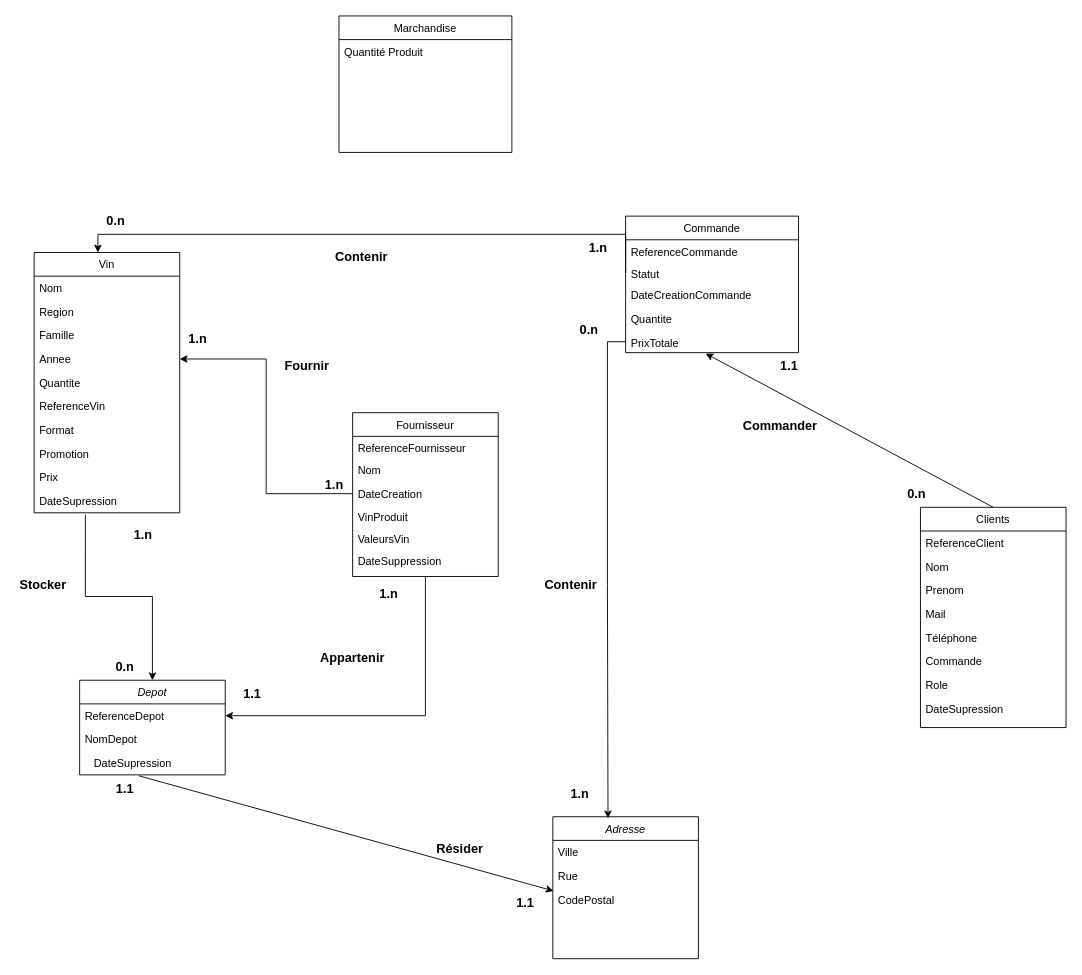
TorayLaTortue/Projet-vin keeps this draw.io diagram as projet-vin-mcd.drawio. Above is the earlier version. Source tidied: cells renumbered, new cells numbered last; positions are measured from the earlier drawing's top-left corner, leaving out a move shared by most shapes. Both pictures are drawn from the tidied source at 91%, with x=0, y=0 at pixel (15, 15).
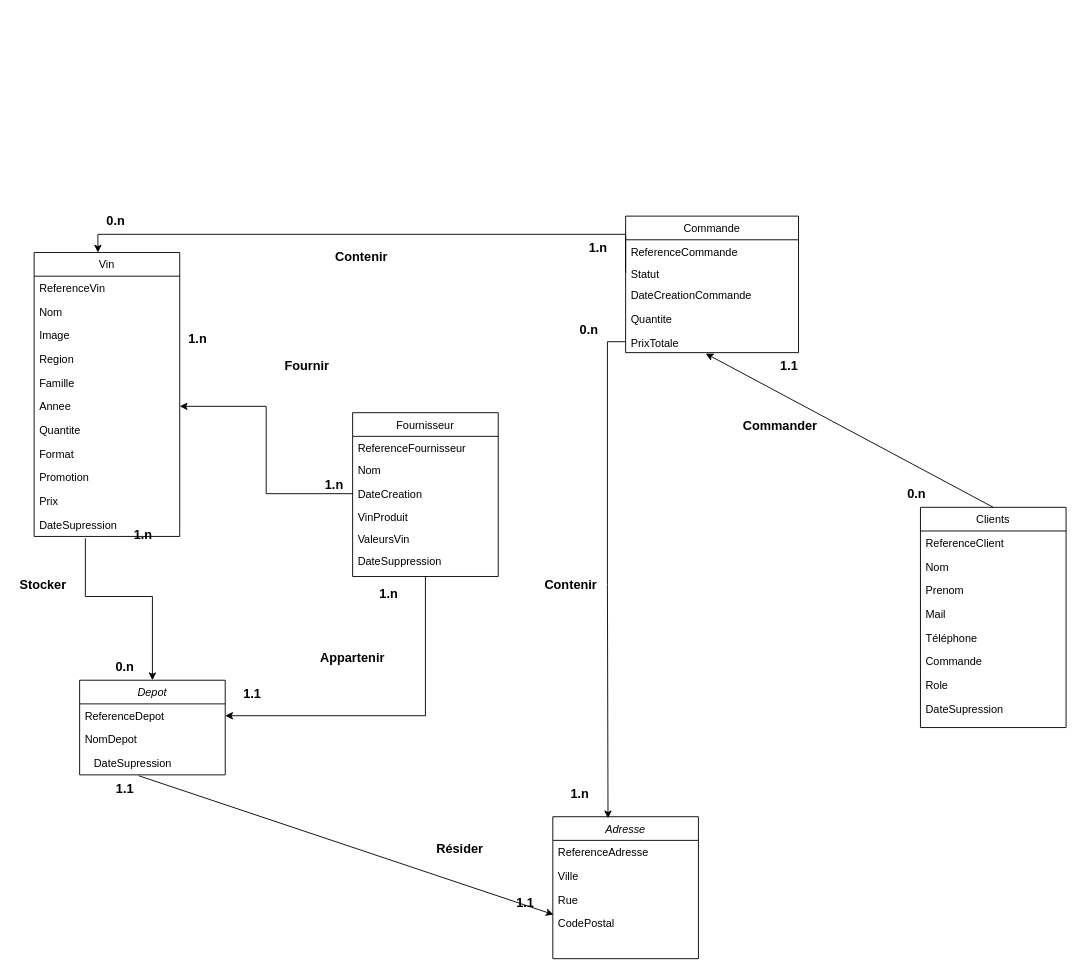
The same page after the edit.

Commit message:
Mettre à jour projet-vin-mcd.drawio

Unchanged cells that the change refers to:
```xml
<mxCell id="2" value="Adresse" style="swimlane;fontStyle=2;align=center;verticalAlign=top;horizontal=1;startSize=26;rounded=0;shadow=0;strokeWidth=1;" parent="1" vertex="1">
  <mxGeometry x="590" y="880" width="160" height="156" as="geometry" />
</mxCell>
```

The edit, as a diff of the source:
```diff
@@
+    <mxCell id="73" value="ReferenceAdresse" style="text;align=left;verticalAlign=top;spacingLeft=4;spacingRight=4;overflow=hidden;rounded=0;shadow=0;html=0;" parent="2" vertex="1">
+      <mxGeometry y="26" width="160" height="26" as="geometry" />
+    </mxCell>
     <mxCell id="3" value="Ville" style="text;align=left;verticalAlign=top;spacingLeft=4;spacingRight=4;overflow=hidden;" parent="2" vertex="1">
-      <mxGeometry y="26" width="160" height="26" as="geometry" />
+      <mxGeometry y="52" width="160" height="26" as="geometry" />
     </mxCell>
     <mxCell id="4" value="Rue" style="text;align=left;verticalAlign=top;spacingLeft=4;spacingRight=4;overflow=hidden;rounded=0;shadow=0;html=0;" parent="2" vertex="1">
-      <mxGeometry y="52" width="160" height="26" as="geometry" />
+      <mxGeometry y="78" width="160" height="26" as="geometry" />
     </mxCell>
     <mxCell id="5" value="CodePostal" style="text;align=left;verticalAlign=top;spacingLeft=4;spacingRight=4;overflow=hidden;points=[[0,0.5],[1,0.5]];portConstraint=eastwest;rounded=0;shadow=0;html=0;" parent="2" vertex="1">
-      <mxGeometry y="78" width="160" height="26" as="geometry" />
+      <mxGeometry y="104" width="160" height="26" as="geometry" />
     </mxCell>
     <mxCell id="6" value="Vin" style="swimlane;fontStyle=0;align=center;verticalAlign=top;horizontal=1;startSize=26;rounded=0;shadow=0;strokeWidth=1;" parent="1" vertex="1">
-      <mxGeometry x="20" y="260" width="160" height="286" as="geometry" />
+      <mxGeometry x="20" y="260" width="160" height="312" as="geometry" />
     </mxCell>
+    <mxCell id="12" value="ReferenceVin" style="text;align=left;verticalAlign=top;spacingLeft=4;spacingRight=4;overflow=hidden;" parent="6" vertex="1">
+      <mxGeometry y="26" width="160" height="26" as="geometry" />
+    </mxCell>
     <mxCell id="7" value="Nom " style="text;align=left;verticalAlign=top;spacingLeft=4;spacingRight=4;overflow=hidden;" parent="6" vertex="1">
-      <mxGeometry y="26" width="160" height="26" as="geometry" />
+      <mxGeometry y="52" width="160" height="26" as="geometry" />
     </mxCell>
+    <mxCell id="74" value="Image" style="text;align=left;verticalAlign=top;spacingLeft=4;spacingRight=4;overflow=hidden;" parent="6" vertex="1">
+      <mxGeometry y="78" width="160" height="26" as="geometry" />
+    </mxCell>
     <mxCell id="8" value="Region" style="text;align=left;verticalAlign=top;spacingLeft=4;spacingRight=4;overflow=hidden;rounded=0;shadow=0;html=0;" parent="6" vertex="1">
-      <mxGeometry y="52" width="160" height="26" as="geometry" />
+      <mxGeometry y="104" width="160" height="26" as="geometry" />
     </mxCell>
     <mxCell id="9" value="Famille" style="text;align=left;verticalAlign=top;spacingLeft=4;spacingRight=4;overflow=hidden;rounded=0;shadow=0;html=0;" parent="6" vertex="1">
-      <mxGeometry y="78" width="160" height="26" as="geometry" />
+      <mxGeometry y="130" width="160" height="26" as="geometry" />
     </mxCell>
     <mxCell id="10" value="Annee" style="text;align=left;verticalAlign=top;spacingLeft=4;spacingRight=4;overflow=hidden;points=[[0,0.5],[1,0.5]];portConstraint=eastwest;rounded=0;shadow=0;html=0;" parent="6" vertex="1">
-      <mxGeometry y="104" width="160" height="26" as="geometry" />
+      <mxGeometry y="156" width="160" height="26" as="geometry" />
     </mxCell>
     <mxCell id="11" value="Quantite" style="text;align=left;verticalAlign=top;spacingLeft=4;spacingRight=4;overflow=hidden;rounded=0;shadow=0;html=0;" parent="6" vertex="1">
-      <mxGeometry y="130" width="160" height="26" as="geometry" />
+      <mxGeometry y="182" width="160" height="26" as="geometry" />
     </mxCell>
-    <mxCell id="12" value="ReferenceVin" style="text;align=left;verticalAlign=top;spacingLeft=4;spacingRight=4;overflow=hidden;" parent="6" vertex="1">
-      <mxGeometry y="156" width="160" height="26" as="geometry" />
-    </mxCell>
     <mxCell id="13" value="Format" style="text;align=left;verticalAlign=top;spacingLeft=4;spacingRight=4;overflow=hidden;" parent="6" vertex="1">
-      <mxGeometry y="182" width="160" height="26" as="geometry" />
+      <mxGeometry y="208" width="160" height="26" as="geometry" />
     </mxCell>
     <mxCell id="14" value="Promotion" style="text;align=left;verticalAlign=top;spacingLeft=4;spacingRight=4;overflow=hidden;" parent="6" vertex="1">
-      <mxGeometry y="208" width="160" height="26" as="geometry" />
+      <mxGeometry y="234" width="160" height="26" as="geometry" />
     </mxCell>
     <mxCell id="15" value="Prix" style="text;align=left;verticalAlign=top;spacingLeft=4;spacingRight=4;overflow=hidden;" parent="6" vertex="1">
-      <mxGeometry y="234" width="160" height="26" as="geometry" />
+      <mxGeometry y="260" width="160" height="26" as="geometry" />
     </mxCell>
     <mxCell id="16" value="DateSupression" style="text;align=left;verticalAlign=top;spacingLeft=4;spacingRight=4;overflow=hidden;points=[[0,0.5],[1,0.5]];portConstraint=eastwest;" parent="6" vertex="1">
-      <mxGeometry y="260" width="160" height="26" as="geometry" />
+      <mxGeometry y="286" width="160" height="26" as="geometry" />
     </mxCell>
@@
-    <mxCell id="71" value="Marchandise" style="swimlane;fontStyle=0;align=center;verticalAlign=top;horizontal=1;startSize=26;rounded=0;shadow=0;strokeWidth=1;" parent="1" vertex="1">
-      <mxGeometry x="355" width="190" height="150" as="geometry" />
-    </mxCell>
-    <mxCell id="72" value="Quantité Produit" style="text;align=left;verticalAlign=top;spacingLeft=4;spacingRight=4;overflow=hidden;" parent="71" vertex="1">
-      <mxGeometry y="26" width="190" height="24" as="geometry" />
-    </mxCell>
```
